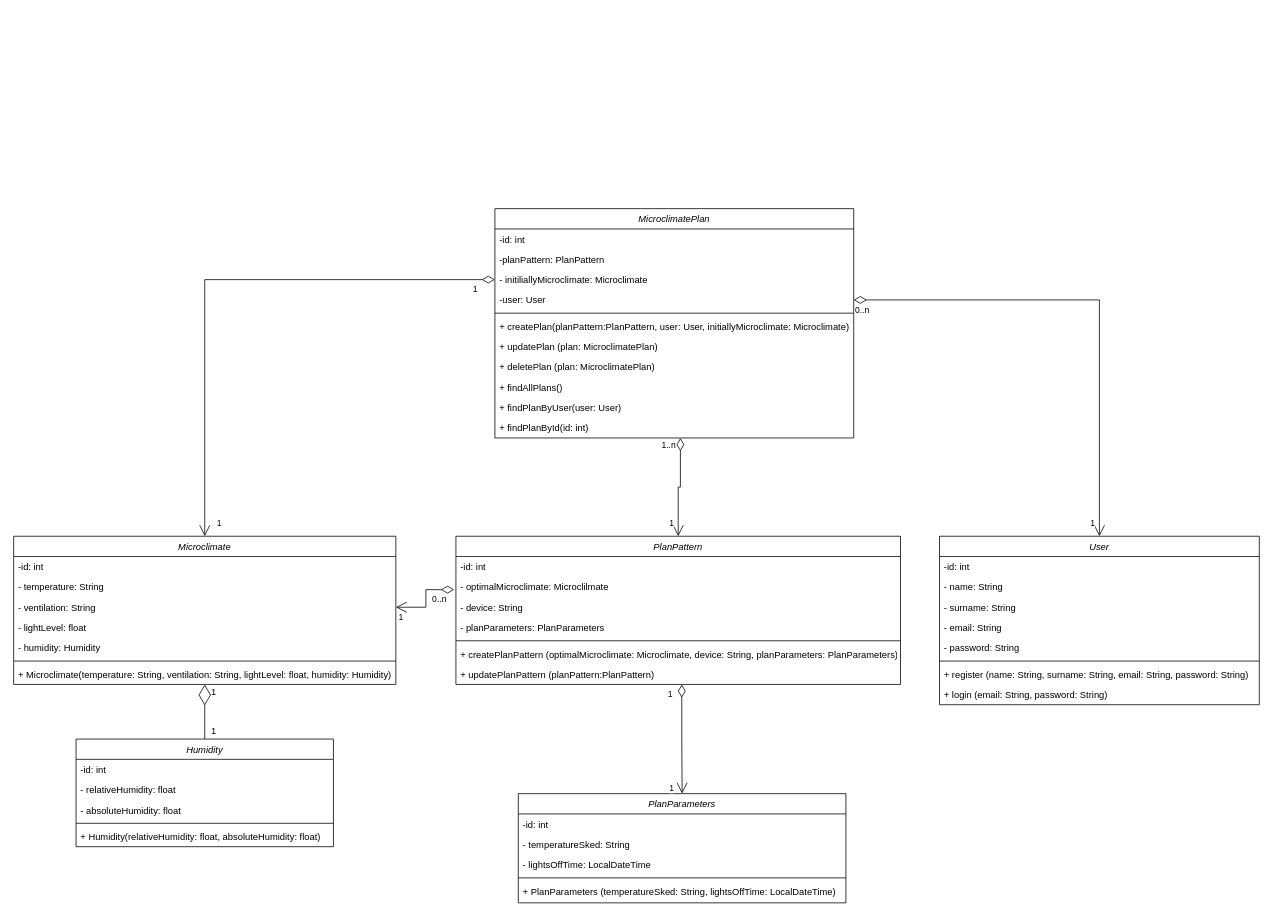
oleksandrblazhko/ai-212-majorova keeps this draw.io diagram as 2-SoftwareDesign/2.5-UMLProgramClasses/UMLProgramClasses.drawio. Above is the earlier version. Source tidied: cells renumbered, new cells numbered last; positions are measured from the earlier drawing's top-left corner, leaving out a move shared by most shapes. Both pictures are drawn from the tidied source at 78%, with x=0, y=0 at pixel (13, 208).
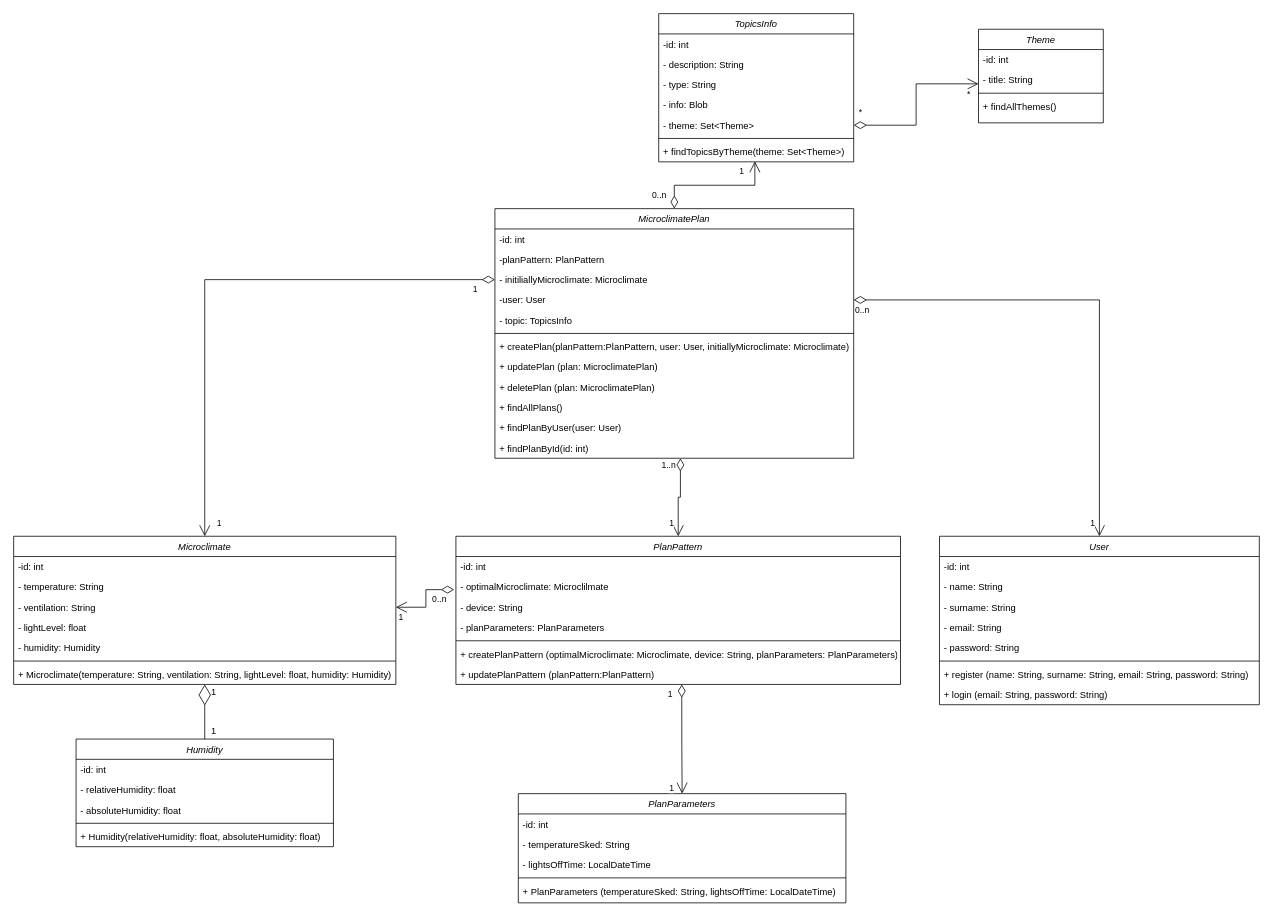
After the change.

Diff of the diagram source:
```diff
@@
     <mxCell id="2" value="MicroclimatePlan" style="swimlane;fontStyle=2;align=center;verticalAlign=top;horizontal=1;startSize=26;rounded=0;shadow=0;strokeWidth=1;" parent="1" vertex="1">
-      <mxGeometry x="617" width="460" height="294" as="geometry" />
+      <mxGeometry x="617" width="460" height="320" as="geometry" />
     </mxCell>
@@
+    <mxCell id="69" value="- topic: TopicsInfo" style="text;align=left;verticalAlign=top;spacingLeft=4;spacingRight=4;overflow=hidden;rounded=0;shadow=0;html=0;" parent="2" vertex="1">
+      <mxGeometry y="130" width="460" height="26" as="geometry" />
+    </mxCell>
     <mxCell id="7" style="line;html=1;strokeWidth=1;align=left;verticalAlign=middle;spacingTop=-1;spacingLeft=3;spacingRight=3;labelPosition=right;" parent="2" vertex="1">
-      <mxGeometry y="130" width="460" height="8" as="geometry" />
+      <mxGeometry y="156" width="460" height="8" as="geometry" />
     </mxCell>
     <mxCell id="8" value="+ createPlan(planPattern:PlanPattern, user: User, initiallyMicroclimate: Microclimate)" style="text;align=left;verticalAlign=top;spacingLeft=4;spacingRight=4;overflow=hidden;" parent="2" vertex="1">
-      <mxGeometry y="138" width="460" height="26" as="geometry" />
+      <mxGeometry y="164" width="460" height="26" as="geometry" />
     </mxCell>
     <mxCell id="9" value="+ updatePlan (plan: MicroclimatePlan)" style="text;align=left;verticalAlign=top;spacingLeft=4;spacingRight=4;overflow=hidden;" parent="2" vertex="1">
-      <mxGeometry y="164" width="460" height="26" as="geometry" />
+      <mxGeometry y="190" width="460" height="26" as="geometry" />
     </mxCell>
     <mxCell id="10" value="+ deletePlan (plan: MicroclimatePlan)" style="text;align=left;verticalAlign=top;spacingLeft=4;spacingRight=4;overflow=hidden;" parent="2" vertex="1">
-      <mxGeometry y="190" width="460" height="26" as="geometry" />
+      <mxGeometry y="216" width="460" height="26" as="geometry" />
     </mxCell>
     <mxCell id="11" value="+ findAllPlans()" style="text;align=left;verticalAlign=top;spacingLeft=4;spacingRight=4;overflow=hidden;" parent="2" vertex="1">
-      <mxGeometry y="216" width="460" height="26" as="geometry" />
+      <mxGeometry y="242" width="460" height="26" as="geometry" />
     </mxCell>
     <mxCell id="12" value="+ findPlanByUser(user: User)" style="text;align=left;verticalAlign=top;spacingLeft=4;spacingRight=4;overflow=hidden;" parent="2" vertex="1">
-      <mxGeometry y="242" width="460" height="26" as="geometry" />
+      <mxGeometry y="268" width="460" height="26" as="geometry" />
     </mxCell>
     <mxCell id="13" value="+ findPlanById(id: int)" style="text;align=left;verticalAlign=top;spacingLeft=4;spacingRight=4;overflow=hidden;points=[[0,0.5],[1,0.5]];portConstraint=eastwest;" parent="2" vertex="1">
-      <mxGeometry y="268" width="460" height="26" as="geometry" />
+      <mxGeometry y="294" width="460" height="26" as="geometry" />
     </mxCell>
@@
+    <mxCell id="70" value="Theme" style="swimlane;fontStyle=2;align=center;verticalAlign=top;horizontal=1;startSize=26;rounded=0;shadow=0;strokeWidth=1;" parent="1" vertex="1">
+      <mxGeometry x="1237" y="-230" width="160" height="120" as="geometry" />
+    </mxCell>
+    <mxCell id="71" value="-id: int" style="text;align=left;verticalAlign=top;spacingLeft=4;spacingRight=4;overflow=hidden;" parent="70" vertex="1">
+      <mxGeometry y="26" width="160" height="26" as="geometry" />
+    </mxCell>
+    <mxCell id="72" value="- title: String" style="text;align=left;verticalAlign=top;spacingLeft=4;spacingRight=4;overflow=hidden;points=[[0,0.5],[1,0.5]];portConstraint=eastwest;rounded=0;shadow=0;html=0;" parent="70" vertex="1">
+      <mxGeometry y="52" width="160" height="26" as="geometry" />
+    </mxCell>
+    <mxCell id="73" style="line;html=1;strokeWidth=1;align=left;verticalAlign=middle;spacingTop=-1;spacingLeft=3;spacingRight=3;labelPosition=right;" parent="70" vertex="1">
+      <mxGeometry y="78" width="160" height="8" as="geometry" />
+    </mxCell>
+    <mxCell id="74" value="+ findAllThemes()" style="text;align=left;verticalAlign=top;spacingLeft=4;spacingRight=4;overflow=hidden;rounded=0;shadow=0;html=0;" parent="70" vertex="1">
+      <mxGeometry y="86" width="160" height="26" as="geometry" />
+    </mxCell>
+    <mxCell id="75" value="TopicsInfo" style="swimlane;fontStyle=2;align=center;verticalAlign=top;horizontal=1;startSize=26;rounded=0;shadow=0;strokeWidth=1;" parent="1" vertex="1">
+      <mxGeometry x="827" y="-250" width="250" height="190" as="geometry" />
+    </mxCell>
+    <mxCell id="76" value="-id: int" style="text;align=left;verticalAlign=top;spacingLeft=4;spacingRight=4;overflow=hidden;" parent="75" vertex="1">
+      <mxGeometry y="26" width="250" height="26" as="geometry" />
+    </mxCell>
+    <mxCell id="77" value="- description: String" style="text;align=left;verticalAlign=top;spacingLeft=4;spacingRight=4;overflow=hidden;rounded=0;shadow=0;html=0;" parent="75" vertex="1">
+      <mxGeometry y="52" width="250" height="26" as="geometry" />
+    </mxCell>
+    <mxCell id="78" value="- type: String" style="text;align=left;verticalAlign=top;spacingLeft=4;spacingRight=4;overflow=hidden;rounded=0;shadow=0;html=0;" parent="75" vertex="1">
+      <mxGeometry y="78" width="250" height="26" as="geometry" />
+    </mxCell>
+    <mxCell id="79" value="- info: Blob" style="text;align=left;verticalAlign=top;spacingLeft=4;spacingRight=4;overflow=hidden;rounded=0;shadow=0;html=0;" parent="75" vertex="1">
+      <mxGeometry y="104" width="250" height="26" as="geometry" />
+    </mxCell>
+    <mxCell id="80" value="- theme: Set&lt;Theme&gt;" style="text;align=left;verticalAlign=top;spacingLeft=4;spacingRight=4;overflow=hidden;points=[[0,0.5],[1,0.5]];portConstraint=eastwest;rounded=0;shadow=0;html=0;" parent="75" vertex="1">
+      <mxGeometry y="130" width="250" height="26" as="geometry" />
+    </mxCell>
+    <mxCell id="81" style="line;html=1;strokeWidth=1;align=left;verticalAlign=middle;spacingTop=-1;spacingLeft=3;spacingRight=3;labelPosition=right;" parent="75" vertex="1">
+      <mxGeometry y="156" width="250" height="8" as="geometry" />
+    </mxCell>
+    <mxCell id="82" value="+ findTopicsByTheme(theme: Set&lt;Theme&gt;)" style="text;align=left;verticalAlign=top;spacingLeft=4;spacingRight=4;overflow=hidden;points=[[0,0.5],[1,0.5]];portConstraint=eastwest;rounded=0;shadow=0;html=0;" parent="75" vertex="1">
+      <mxGeometry y="164" width="250" height="26" as="geometry" />
+    </mxCell>
+    <mxCell id="83" style="endArrow=open;html=1;endSize=12;startArrow=diamondThin;startSize=14;startFill=0;edgeStyle=orthogonalEdgeStyle;rounded=0;exitX=1;exitY=0.5;exitDx=0;exitDy=0;entryX=0;entryY=0.692;entryDx=0;entryDy=0;entryPerimeter=0;" parent="1" edge="1" source="80" target="72">
+      <mxGeometry relative="1" as="geometry">
+        <Array as="points">
+          <mxPoint x="1157" y="-107" />
+          <mxPoint x="1157" y="-160" />
+        </Array>
+      </mxGeometry>
+    </mxCell>
+    <mxCell id="84" value="*" style="edgeLabel;html=1;align=left;verticalAlign=top;" parent="83" vertex="1">
+      <mxGeometry x="-1" relative="1" as="geometry">
+        <mxPoint x="5" y="-30" as="offset" />
+      </mxGeometry>
+    </mxCell>
+    <mxCell id="85" value="*" style="edgeLabel;html=1;align=right;verticalAlign=top;" parent="83" vertex="1">
+      <mxGeometry x="1" relative="1" as="geometry">
+        <mxPoint x="-10" as="offset" />
+      </mxGeometry>
+    </mxCell>
+    <mxCell id="86" style="endArrow=open;html=1;endSize=12;startArrow=diamondThin;startSize=14;startFill=0;edgeStyle=orthogonalEdgeStyle;rounded=0;exitX=0.5;exitY=0;exitDx=0;exitDy=0;entryX=0.493;entryY=0.975;entryDx=0;entryDy=0;entryPerimeter=0;" parent="1" edge="1" source="2" target="82">
+      <mxGeometry relative="1" as="geometry" />
+    </mxCell>
+    <mxCell id="87" value="0..n" style="edgeLabel;html=1;align=left;verticalAlign=top;" parent="86" vertex="1">
+      <mxGeometry x="-1" relative="1" as="geometry">
+        <mxPoint x="-30" y="-30" as="offset" />
+      </mxGeometry>
+    </mxCell>
+    <mxCell id="88" value="1" style="edgeLabel;html=1;align=right;verticalAlign=top;" parent="86" vertex="1">
+      <mxGeometry x="1" relative="1" as="geometry">
+        <mxPoint x="-13" as="offset" />
+      </mxGeometry>
+    </mxCell>
```
